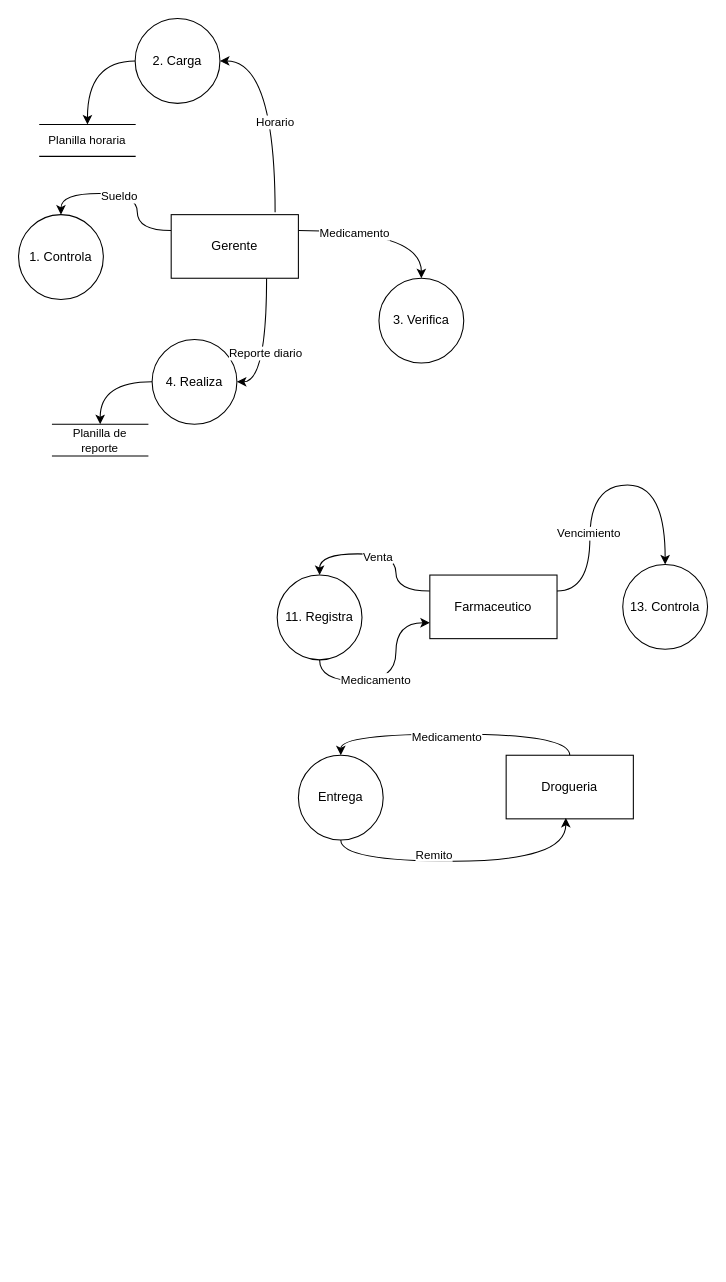
The draw.io diagram page "Página-3" (2 of 2) of farmaciaAE.drawio in yon026/pruebagit, before the edit. Source tidied: cells renumbered, new cells numbered last; positions are measured from the earlier drawing's top-left corner, leaving out a move shared by most shapes. Both pictures are drawn from the tidied source at 106%, with x=0, y=0 at pixel (18, 18).
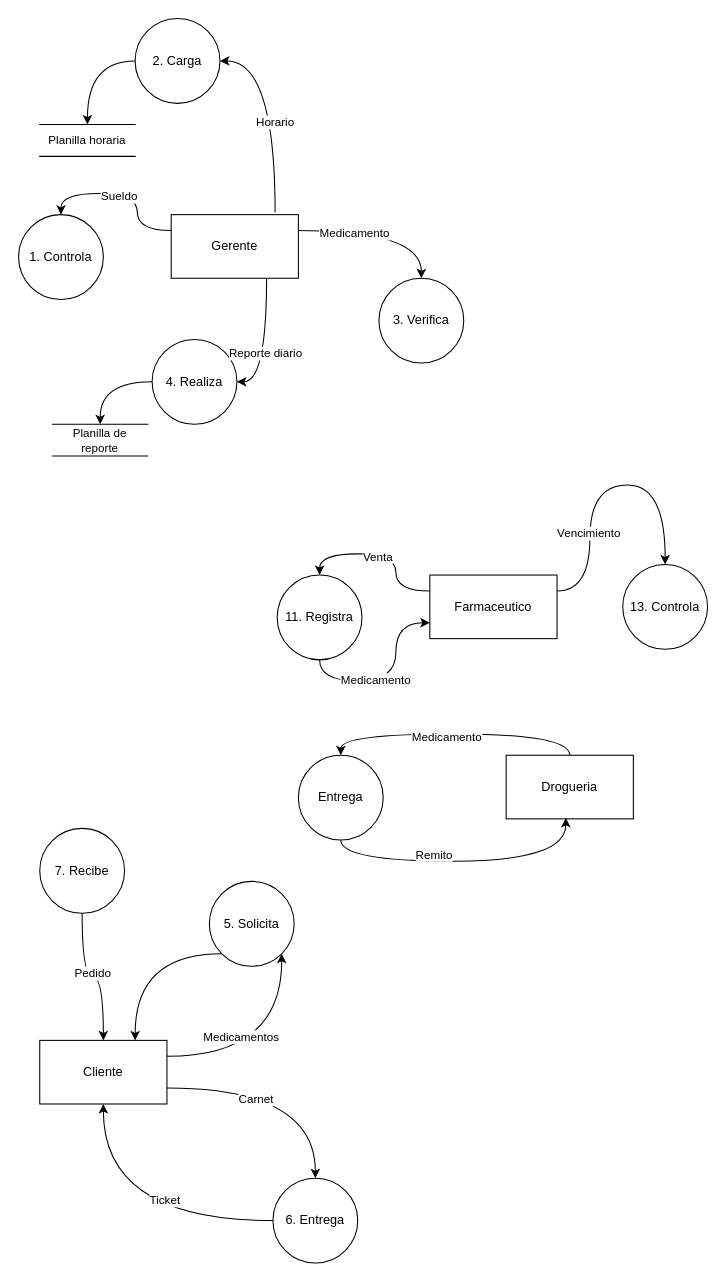
After the change.

The edit, as a diff of the source:
```diff
@@
+    <mxCell id="34" value="7. Recibe" style="ellipse;whiteSpace=wrap;html=1;" parent="1" vertex="1">
+      <mxGeometry x="20" y="764" width="80" height="80" as="geometry" />
+    </mxCell>
+    <mxCell id="35" style="edgeStyle=orthogonalEdgeStyle;shape=connector;curved=1;rounded=0;jettySize=auto;html=1;exitX=0;exitY=1;exitDx=0;exitDy=0;entryX=0.75;entryY=0;entryDx=0;entryDy=0;strokeColor=default;align=center;verticalAlign=middle;fontFamily=Helvetica;fontSize=11;fontColor=default;labelBackgroundColor=default;endArrow=classic;" parent="1" edge="1" source="36" target="41">
+      <mxGeometry relative="1" as="geometry" />
+    </mxCell>
+    <mxCell id="36" value="5. Solicita" style="ellipse;whiteSpace=wrap;html=1;" parent="1" vertex="1">
+      <mxGeometry x="180" y="814" width="80" height="80" as="geometry" />
+    </mxCell>
+    <mxCell id="37" style="edgeStyle=orthogonalEdgeStyle;shape=connector;curved=1;rounded=0;jettySize=auto;html=1;exitX=1;exitY=0.25;exitDx=0;exitDy=0;entryX=1;entryY=1;entryDx=0;entryDy=0;strokeColor=default;align=center;verticalAlign=middle;fontFamily=Helvetica;fontSize=11;fontColor=default;labelBackgroundColor=default;endArrow=classic;" parent="1" edge="1" source="41" target="36">
+      <mxGeometry relative="1" as="geometry" />
+    </mxCell>
+    <mxCell id="38" value="Medicamentos" style="edgeLabel;html=1;align=center;verticalAlign=middle;fontFamily=Helvetica;fontSize=11;fontColor=default;labelBackgroundColor=default;" parent="37" vertex="1">
+      <mxGeometry x="-0.33" y="19" relative="1" as="geometry" />
+    </mxCell>
+    <mxCell id="39" style="edgeStyle=orthogonalEdgeStyle;shape=connector;curved=1;rounded=0;jettySize=auto;html=1;exitX=1;exitY=0.75;exitDx=0;exitDy=0;strokeColor=default;align=center;verticalAlign=middle;fontFamily=Helvetica;fontSize=11;fontColor=default;labelBackgroundColor=default;endArrow=classic;" parent="1" edge="1" source="41" target="46">
+      <mxGeometry relative="1" as="geometry" />
+    </mxCell>
+    <mxCell id="40" value="Carnet" style="edgeLabel;html=1;align=center;verticalAlign=middle;fontFamily=Helvetica;fontSize=11;fontColor=default;labelBackgroundColor=default;" parent="39" vertex="1">
+      <mxGeometry x="-0.26" y="-10" relative="1" as="geometry" />
+    </mxCell>
+    <mxCell id="41" value="Cliente" style="rounded=0;whiteSpace=wrap;html=1;" parent="1" vertex="1">
+      <mxGeometry x="20" y="964" width="120" height="60" as="geometry" />
+    </mxCell>
+    <mxCell id="42" style="edgeStyle=orthogonalEdgeStyle;rounded=0;jettySize=auto;html=1;exitX=0.5;exitY=1;exitDx=0;exitDy=0;curved=1;" parent="1" edge="1" source="34" target="41">
+      <mxGeometry relative="1" as="geometry" />
+    </mxCell>
+    <mxCell id="43" value="Pedido" style="edgeLabel;html=1;align=center;verticalAlign=middle;" parent="42" vertex="1">
+      <mxGeometry x="-0.02" y="4" relative="1" as="geometry" />
+    </mxCell>
+    <mxCell id="44" style="edgeStyle=orthogonalEdgeStyle;shape=connector;curved=1;rounded=0;jettySize=auto;html=1;exitX=0;exitY=0.5;exitDx=0;exitDy=0;entryX=0.5;entryY=1;entryDx=0;entryDy=0;strokeColor=default;align=center;verticalAlign=middle;fontFamily=Helvetica;fontSize=11;fontColor=default;labelBackgroundColor=default;endArrow=classic;" parent="1" edge="1" source="46" target="41">
+      <mxGeometry relative="1" as="geometry" />
+    </mxCell>
+    <mxCell id="45" value="Ticket" style="edgeLabel;html=1;align=center;verticalAlign=middle;fontFamily=Helvetica;fontSize=11;fontColor=default;labelBackgroundColor=default;" parent="44" vertex="1">
+      <mxGeometry x="-0.24" y="-20" relative="1" as="geometry" />
+    </mxCell>
+    <mxCell id="46" value="6. Entrega" style="ellipse;whiteSpace=wrap;html=1;" parent="1" vertex="1">
+      <mxGeometry x="240" y="1094" width="80" height="80" as="geometry" />
+    </mxCell>
```
